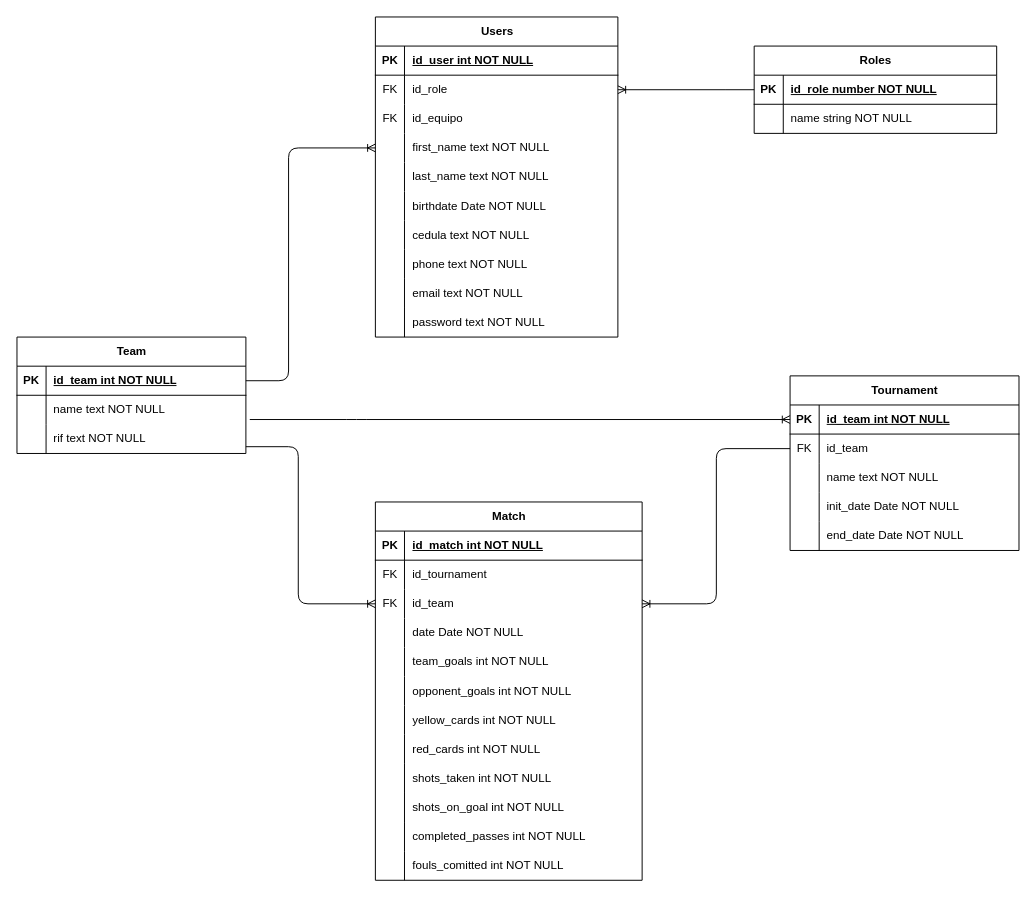
JohannesV21/goat-team-stats-backend keeps this draw.io diagram as PR ERD.drawio. Above is the earlier version. Source tidied: cells renumbered, new cells numbered last; positions are measured from the earlier drawing's top-left corner, leaving out a move shared by most shapes. Both pictures are drawn from the tidied source at 97%, with x=0, y=0 at pixel (16, 16).
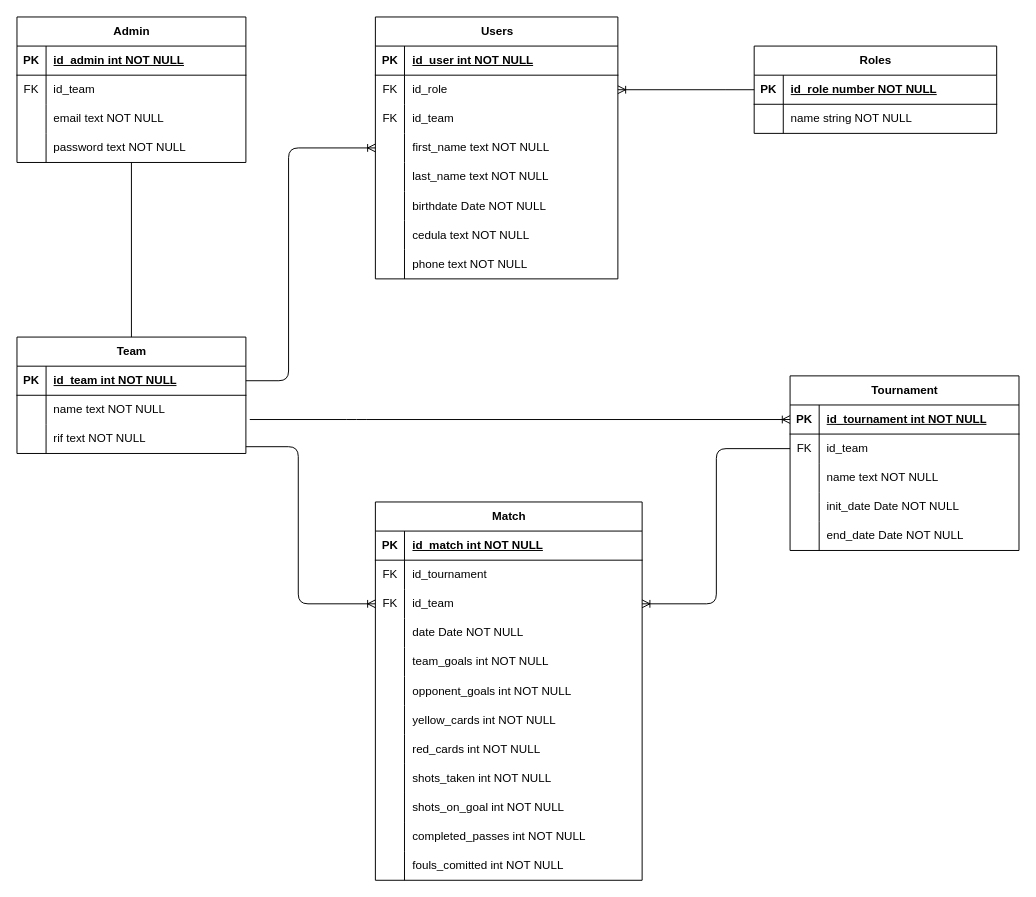
After the change.

The change refers to these unchanged cells:
```xml
<mxCell id="9" style="shape=tableRow;horizontal=0;startSize=0;swimlaneHead=0;swimlaneBody=0;fillColor=none;top=0;left=0;right=0;bottom=0;labelBackgroundColor=none;rounded=0;" parent="2" vertex="1">
  <mxGeometry y="90" width="250" height="30" as="geometry" />
</mxCell>
<mxCell id="77" value="Team" style="shape=table;startSize=30;childLayout=tableLayout;rowLines=0;fontStyle=1;align=center;html=1;labelBackgroundColor=none;rounded=0;" parent="1" vertex="1">
  <mxGeometry y="330" width="236" height="120" as="geometry" />
</mxCell>
<mxCell id="89" style="shape=tableRow;horizontal=0;startSize=0;swimlaneHead=0;swimlaneBody=0;fillColor=none;points=[[0,0.5],[1,0.5]];portConstraint=eastwest;top=0;left=0;right=0;bottom=1;labelBackgroundColor=none;rounded=0;" parent="88" vertex="1">
  <mxGeometry y="30" width="236" height="30" as="geometry" />
</mxCell>
```

What changed in the source:
```diff
@@
     <mxCell id="2" value="Users" style="shape=table;startSize=30;childLayout=tableLayout;rowLines=0;fontStyle=1;align=center;html=1;labelBackgroundColor=none;rounded=0;" parent="1" vertex="1">
-      <mxGeometry x="369.5" width="250" height="330" as="geometry" />
+      <mxGeometry x="369.5" width="250" height="270" as="geometry" />
     </mxCell>
@@
-    <mxCell id="11" value="id_equipo" style="shape=partialRectangle;fillColor=none;top=0;left=0;bottom=0;right=0;align=left;spacingLeft=6;overflow=hidden;whiteSpace=wrap;html=1;labelBackgroundColor=none;rounded=0;" parent="9" vertex="1">
+    <mxCell id="11" value="id_team" style="shape=partialRectangle;fillColor=none;top=0;left=0;bottom=0;right=0;align=left;spacingLeft=6;overflow=hidden;whiteSpace=wrap;html=1;labelBackgroundColor=none;rounded=0;" parent="9" vertex="1">
       <mxGeometry x="30" width="220" height="30" as="geometry" />
     </mxCell>
@@
-    <mxCell id="27" style="shape=tableRow;horizontal=0;startSize=0;swimlaneHead=0;swimlaneBody=0;fillColor=none;top=0;left=0;right=0;bottom=0;labelBackgroundColor=none;rounded=0;" parent="2" vertex="1">
-      <mxGeometry y="270" width="250" height="30" as="geometry" />
-    </mxCell>
-    <mxCell id="28" style="shape=partialRectangle;fillColor=none;top=0;left=0;bottom=0;right=0;overflow=hidden;whiteSpace=wrap;html=1;labelBackgroundColor=none;rounded=0;" parent="27" vertex="1">
-      <mxGeometry width="30" height="30" as="geometry" />
-    </mxCell>
-    <mxCell id="29" value="email text NOT NULL" style="shape=partialRectangle;fillColor=none;top=0;left=0;bottom=0;right=0;align=left;spacingLeft=6;overflow=hidden;whiteSpace=wrap;html=1;labelBackgroundColor=none;rounded=0;" parent="27" vertex="1">
-      <mxGeometry x="30" width="220" height="30" as="geometry" />
-    </mxCell>
-    <mxCell id="30" style="shape=tableRow;horizontal=0;startSize=0;swimlaneHead=0;swimlaneBody=0;fillColor=none;top=0;left=0;right=0;bottom=0;labelBackgroundColor=none;rounded=0;" parent="2" vertex="1">
-      <mxGeometry y="300" width="250" height="30" as="geometry" />
-    </mxCell>
-    <mxCell id="31" style="shape=partialRectangle;fillColor=none;top=0;left=0;bottom=0;right=0;overflow=hidden;whiteSpace=wrap;html=1;labelBackgroundColor=none;rounded=0;" parent="30" vertex="1">
-      <mxGeometry width="30" height="30" as="geometry" />
-    </mxCell>
-    <mxCell id="32" value="password text NOT NULL" style="shape=partialRectangle;fillColor=none;top=0;left=0;bottom=0;right=0;align=left;spacingLeft=6;overflow=hidden;whiteSpace=wrap;html=1;labelBackgroundColor=none;rounded=0;" parent="30" vertex="1">
-      <mxGeometry x="30" width="220" height="30" as="geometry" />
-    </mxCell>
@@
-    <mxCell id="91" value="id_team int NOT NULL" style="shape=partialRectangle;fillColor=none;top=0;left=0;bottom=0;right=0;align=left;spacingLeft=6;fontStyle=5;overflow=hidden;whiteSpace=wrap;html=1;labelBackgroundColor=none;rounded=0;" parent="89" vertex="1">
+    <mxCell id="91" value="id_tournament int NOT NULL" style="shape=partialRectangle;fillColor=none;top=0;left=0;bottom=0;right=0;align=left;spacingLeft=6;fontStyle=5;overflow=hidden;whiteSpace=wrap;html=1;labelBackgroundColor=none;rounded=0;" parent="89" vertex="1">
       <mxGeometry x="30" width="206" height="30" as="geometry" />
     </mxCell>
@@
+    <mxCell id="108" style="edgeStyle=none;html=1;entryX=0.5;entryY=0;entryDx=0;entryDy=0;endArrow=none;endFill=0;" parent="1" edge="1" source="109" target="77">
+      <mxGeometry relative="1" as="geometry" />
+    </mxCell>
+    <mxCell id="109" value="Admin" style="shape=table;startSize=30;childLayout=tableLayout;rowLines=0;fontStyle=1;align=center;html=1;labelBackgroundColor=none;rounded=0;" parent="1" vertex="1">
+      <mxGeometry width="236" height="150" as="geometry" />
+    </mxCell>
+    <mxCell id="110" style="shape=tableRow;horizontal=0;startSize=0;swimlaneHead=0;swimlaneBody=0;fillColor=none;top=0;left=0;right=0;bottom=1;labelBackgroundColor=none;rounded=0;" parent="109" vertex="1">
+      <mxGeometry y="30" width="236" height="30" as="geometry" />
+    </mxCell>
+    <mxCell id="111" value="PK" style="shape=partialRectangle;fillColor=none;top=0;left=0;bottom=0;right=0;fontStyle=1;overflow=hidden;whiteSpace=wrap;html=1;labelBackgroundColor=none;rounded=0;" parent="110" vertex="1">
+      <mxGeometry width="30" height="30" as="geometry" />
+    </mxCell>
+    <mxCell id="112" value="id_admin int NOT NULL" style="shape=partialRectangle;fillColor=none;top=0;left=0;bottom=0;right=0;align=left;spacingLeft=6;fontStyle=5;overflow=hidden;whiteSpace=wrap;html=1;labelBackgroundColor=none;rounded=0;" parent="110" vertex="1">
+      <mxGeometry x="30" width="206" height="30" as="geometry" />
+    </mxCell>
+    <mxCell id="113" style="shape=tableRow;horizontal=0;startSize=0;swimlaneHead=0;swimlaneBody=0;fillColor=none;top=0;left=0;right=0;bottom=0;labelBackgroundColor=none;rounded=0;" parent="109" vertex="1">
+      <mxGeometry y="60" width="236" height="30" as="geometry" />
+    </mxCell>
+    <mxCell id="114" value="FK" style="shape=partialRectangle;fillColor=none;top=0;left=0;bottom=0;right=0;overflow=hidden;whiteSpace=wrap;html=1;labelBackgroundColor=none;rounded=0;" parent="113" vertex="1">
+      <mxGeometry width="30" height="30" as="geometry" />
+    </mxCell>
+    <mxCell id="115" value="id_team" style="shape=partialRectangle;fillColor=none;top=0;left=0;bottom=0;right=0;align=left;spacingLeft=6;overflow=hidden;whiteSpace=wrap;html=1;labelBackgroundColor=none;rounded=0;" parent="113" vertex="1">
+      <mxGeometry x="30" width="206" height="30" as="geometry" />
+    </mxCell>
+    <mxCell id="116" style="shape=tableRow;horizontal=0;startSize=0;swimlaneHead=0;swimlaneBody=0;fillColor=none;top=0;left=0;right=0;bottom=0;labelBackgroundColor=none;rounded=0;" parent="109" vertex="1">
+      <mxGeometry y="90" width="236" height="30" as="geometry" />
+    </mxCell>
+    <mxCell id="117" style="shape=partialRectangle;fillColor=none;top=0;left=0;bottom=0;right=0;overflow=hidden;whiteSpace=wrap;html=1;labelBackgroundColor=none;rounded=0;" parent="116" vertex="1">
+      <mxGeometry width="30" height="30" as="geometry" />
+    </mxCell>
+    <mxCell id="29" value="email text NOT NULL" style="shape=partialRectangle;fillColor=none;top=0;left=0;bottom=0;right=0;align=left;spacingLeft=6;overflow=hidden;whiteSpace=wrap;html=1;labelBackgroundColor=none;rounded=0;" parent="116" vertex="1">
+      <mxGeometry x="30" width="206" height="30" as="geometry" />
+    </mxCell>
+    <mxCell id="118" style="shape=tableRow;horizontal=0;startSize=0;swimlaneHead=0;swimlaneBody=0;fillColor=none;top=0;left=0;right=0;bottom=0;labelBackgroundColor=none;rounded=0;" parent="109" vertex="1">
+      <mxGeometry y="120" width="236" height="30" as="geometry" />
+    </mxCell>
+    <mxCell id="119" style="shape=partialRectangle;fillColor=none;top=0;left=0;bottom=0;right=0;overflow=hidden;whiteSpace=wrap;html=1;labelBackgroundColor=none;rounded=0;" parent="118" vertex="1">
+      <mxGeometry width="30" height="30" as="geometry" />
+    </mxCell>
+    <mxCell id="32" value="password text NOT NULL" style="shape=partialRectangle;fillColor=none;top=0;left=0;bottom=0;right=0;align=left;spacingLeft=6;overflow=hidden;whiteSpace=wrap;html=1;labelBackgroundColor=none;rounded=0;" parent="118" vertex="1">
+      <mxGeometry x="30" width="206" height="30" as="geometry" />
+    </mxCell>
```
